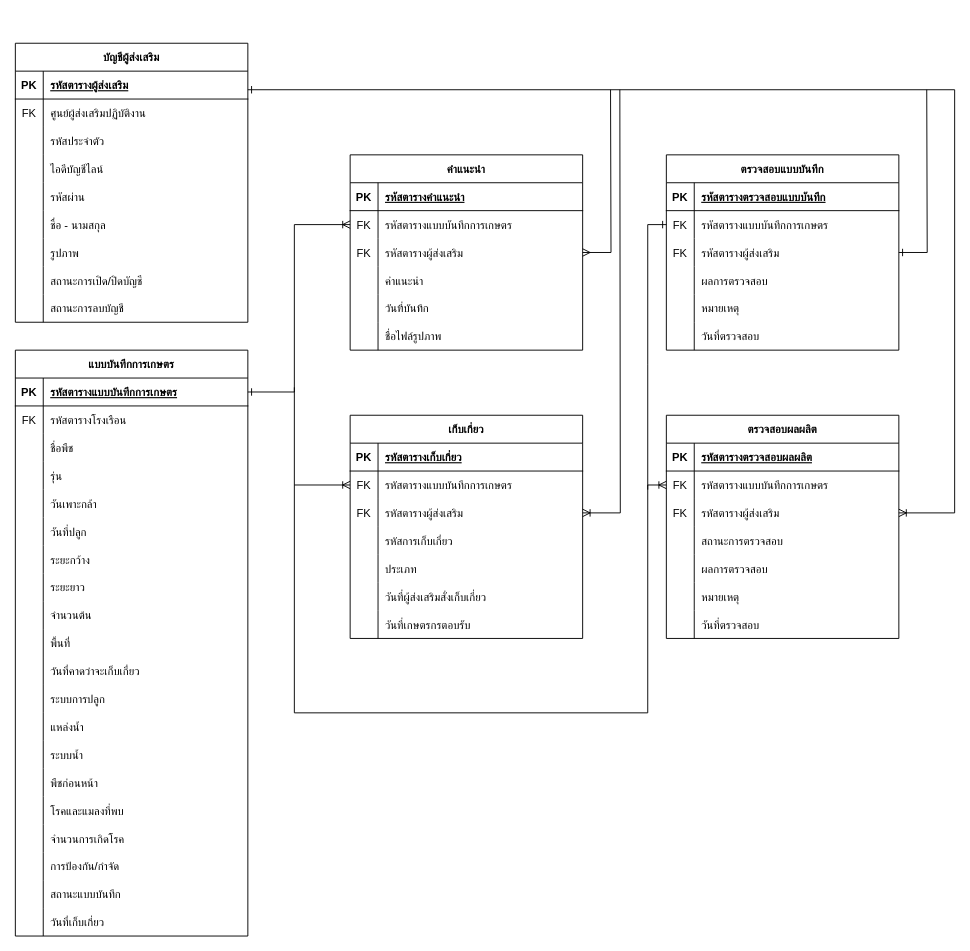
This is workFlow/ความสัมพันธ์ุ เจ้าหน้าที่ส่งเสริมกับแบบบันทึกเกษตรกร.drawio from thanawat1303/PROJECT-GAP, a draw.io file, before an edit. Source tidied: cells renumbered, new cells numbered last; positions are measured from the earlier drawing's top-left corner, leaving out a move shared by most shapes. Both pictures are drawn from the tidied source at 93%, with x=0, y=0 at pixel (15, 43).
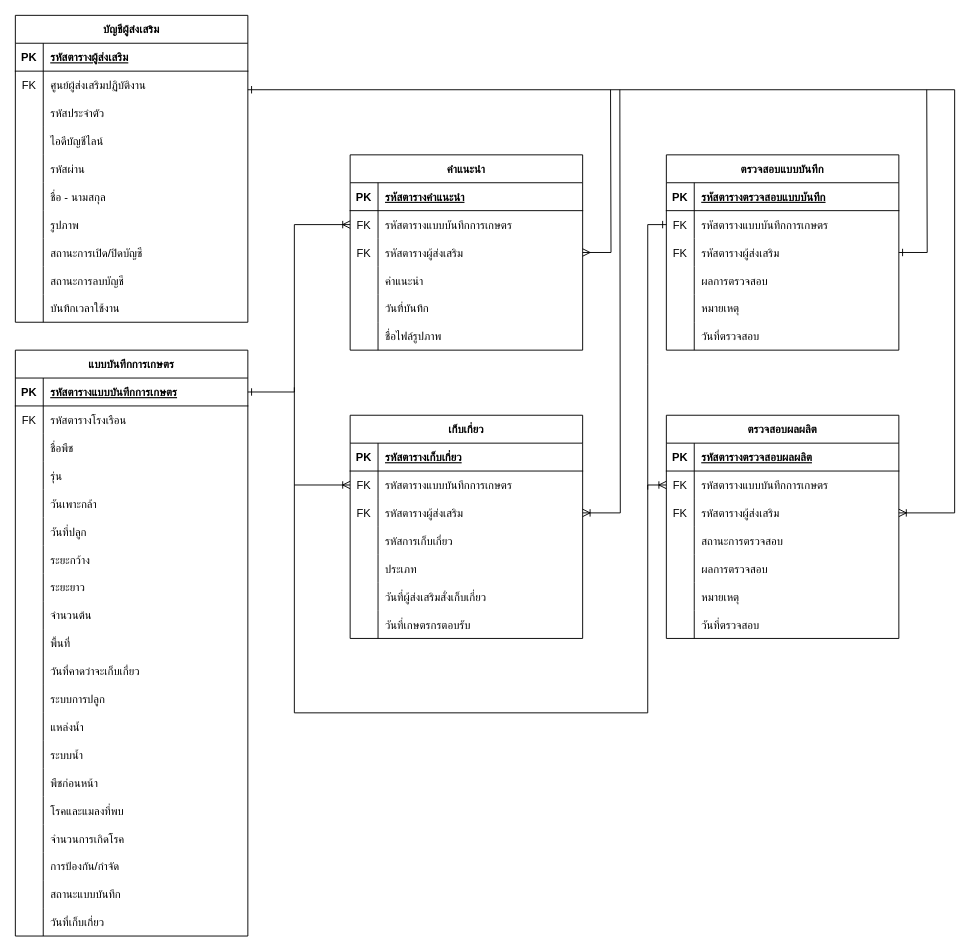
The same diagram, later.

The edit, as a diff of the source:
```diff
@@
     <mxCell id="2" value="บัญชีผู้ส่งเสริม" style="shape=table;startSize=30;childLayout=tableLayout;rowLines=0;fontStyle=1;align=center;" parent="1" vertex="1">
-      <mxGeometry width="250" height="300" as="geometry" />
+      <mxGeometry y="-30" width="250" height="330" as="geometry" />
     </mxCell>
@@
+    <mxCell id="182" style="shape=partialRectangle;fillColor=none;top=0;left=0;right=0;bottom=0;" parent="2" vertex="1">
+      <mxGeometry y="300" width="250" height="30" as="geometry" />
+    </mxCell>
+    <mxCell id="183" style="shape=partialRectangle;overflow=hidden;fillColor=none;top=0;left=0;bottom=0;right=0;" parent="182" vertex="1">
+      <mxGeometry width="30" height="30" as="geometry" />
+    </mxCell>
+    <mxCell id="184" value="บันทึกเวลาใช้งาน" style="shape=partialRectangle;overflow=hidden;fillColor=none;top=0;left=0;bottom=0;right=0;align=left;spacingLeft=6;" parent="182" vertex="1">
+      <mxGeometry x="30" width="220" height="30" as="geometry" />
+    </mxCell>
```
